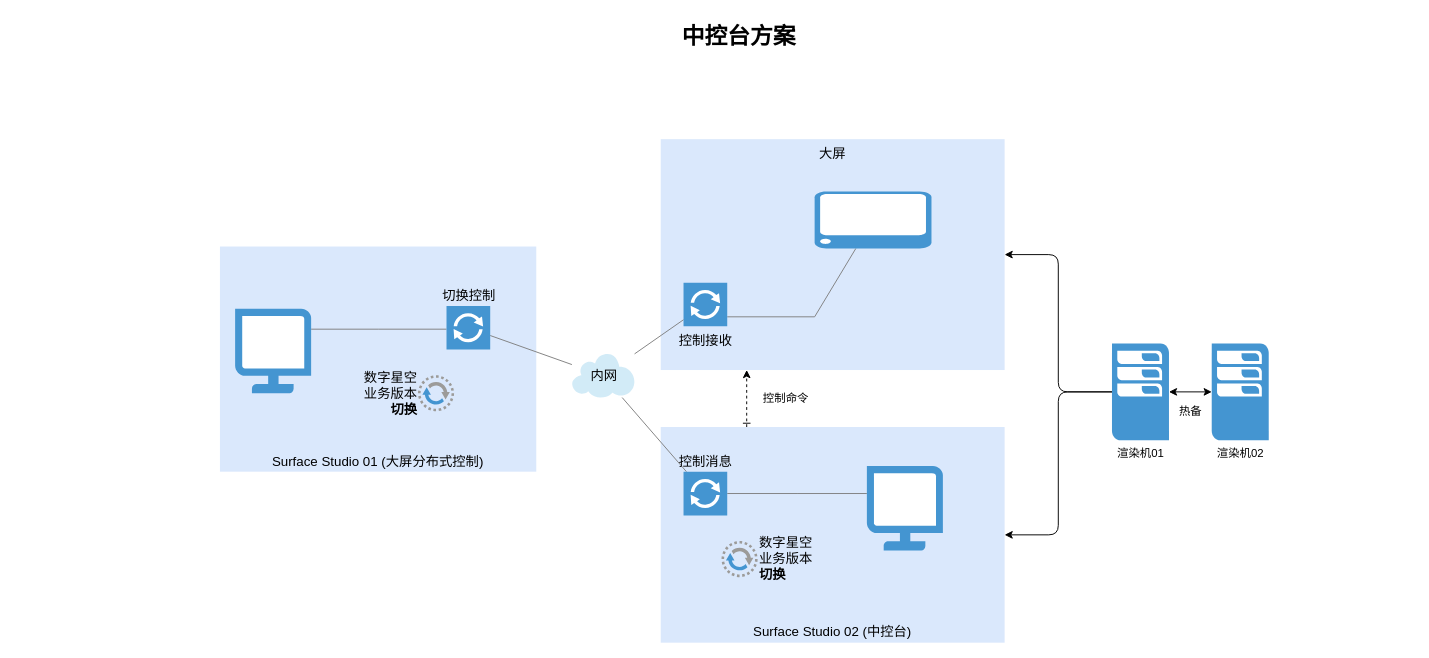
Above: Untitled Diagram.drawio in DeanTuYu/DrawIo (draw.io), before the change. Source tidied: cells renumbered, new cells numbered last; positions are measured from the earlier drawing's top-left corner, leaving out a move shared by most shapes. Both pictures are drawn from the tidied source at 95%, with x=0, y=0 at pixel (64, 17).
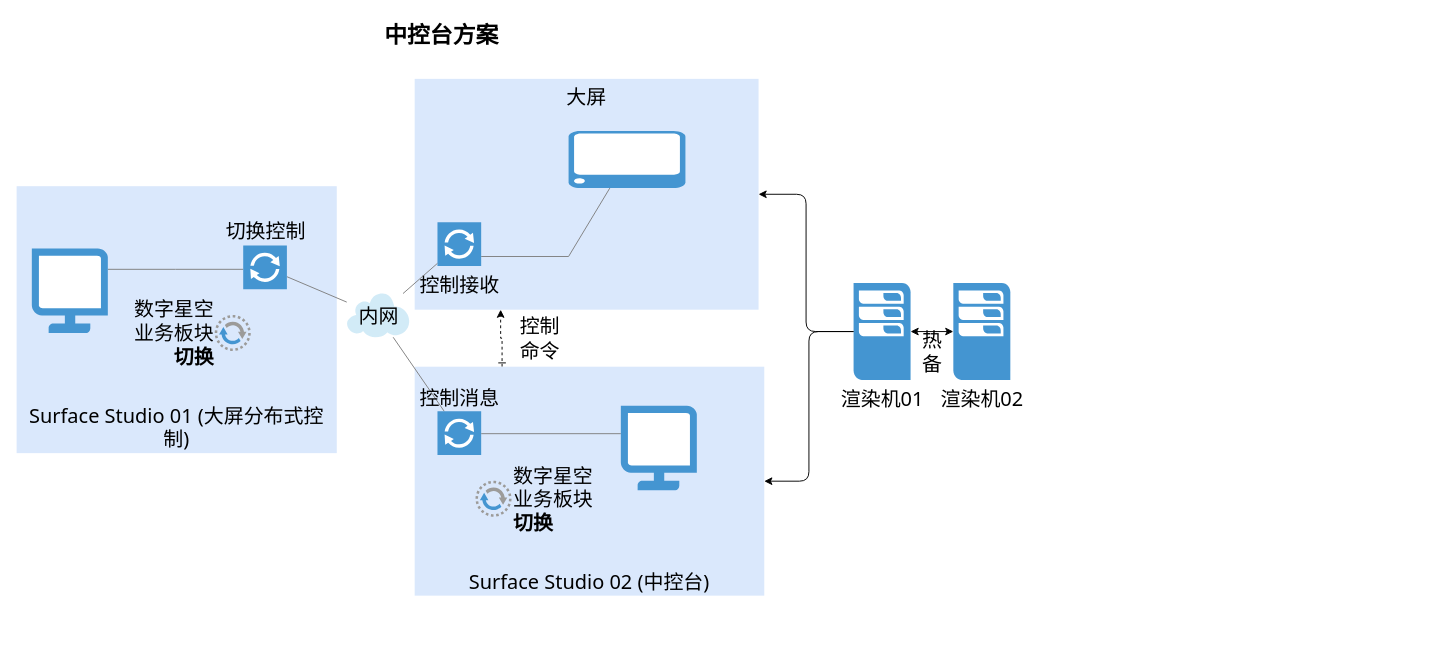
After the change.

Diff of the diagram source:
```diff
@@
-    <mxCell id="2" style="edgeStyle=orthogonalEdgeStyle;rounded=0;jettySize=auto;html=1;exitX=0.25;exitY=0;exitDx=0;exitDy=0;entryX=0.25;entryY=1;entryDx=0;entryDy=0;startArrow=ERone;startFill=0;dashed=1;" parent="1" edge="1" source="3" target="5">
+    <mxCell id="2" style="edgeStyle=orthogonalEdgeStyle;rounded=0;jettySize=auto;html=1;exitX=0.25;exitY=0;exitDx=0;exitDy=0;entryX=0.25;entryY=1;entryDx=0;entryDy=0;startArrow=ERone;startFill=0;dashed=1;fontFamily=Tahoma;fontSize=21;" parent="1" edge="1" source="3" target="5">
       <mxGeometry relative="1" as="geometry" />
     </mxCell>
-    <mxCell id="3" value="Surface Studio 02 (中控台)" style="whiteSpace=wrap;html=1;fillColor=#dae8fc;fontSize=14;strokeColor=none;verticalAlign=bottom;" parent="1" vertex="1">
-      <mxGeometry x="628" y="431" width="362" height="227" as="geometry" />
+    <mxCell id="3" value="Surface Studio 02 (中控台)" style="whiteSpace=wrap;html=1;fillColor=#dae8fc;fontSize=21;strokeColor=none;verticalAlign=bottom;fontFamily=Tahoma;" parent="1" vertex="1">
+      <mxGeometry x="369" y="367.5" width="368" height="241" as="geometry" />
     </mxCell>
-    <mxCell id="4" value="Surface Studio 01 (大屏分布式控制)" style="whiteSpace=wrap;html=1;fillColor=#dae8fc;fontSize=14;strokeColor=none;verticalAlign=bottom;" parent="1" vertex="1">
-      <mxGeometry x="164" y="241" width="333" height="237" as="geometry" />
+    <mxCell id="4" value="Surface Studio 01 (大屏分布式控制)" style="whiteSpace=wrap;html=1;fillColor=#dae8fc;fontSize=21;strokeColor=none;verticalAlign=bottom;fontFamily=Tahoma;" parent="1" vertex="1">
+      <mxGeometry x="-50" y="177.5" width="337" height="281" as="geometry" />
     </mxCell>
-    <mxCell id="5" value="大屏" style="whiteSpace=wrap;html=1;fillColor=#dae8fc;fontSize=14;strokeColor=none;verticalAlign=top;" parent="1" vertex="1">
-      <mxGeometry x="628" y="128" width="362" height="243" as="geometry" />
+    <mxCell id="5" value="大屏" style="whiteSpace=wrap;html=1;fillColor=#dae8fc;fontSize=21;strokeColor=none;verticalAlign=top;fontFamily=Tahoma;" parent="1" vertex="1">
+      <mxGeometry x="369" y="64.5" width="362" height="243" as="geometry" />
     </mxCell>
-    <mxCell id="6" style="edgeStyle=elbowEdgeStyle;rounded=0;html=1;startSize=10;endSize=10;jettySize=auto;fontSize=14;endArrow=none;endFill=0;strokeColor=#808080;elbow=vertical;" parent="1" edge="1" source="7" target="24">
+    <mxCell id="6" style="edgeStyle=elbowEdgeStyle;rounded=0;html=1;startSize=10;endSize=10;jettySize=auto;fontSize=21;endArrow=none;endFill=0;strokeColor=#808080;elbow=vertical;fontFamily=Tahoma;" parent="1" edge="1" source="7" target="24">
       <mxGeometry relative="1" as="geometry">
         <Array as="points">
-          <mxPoint x="790" y="315" />
+          <mxPoint x="531" y="251.5" />
         </Array>
       </mxGeometry>
     </mxCell>
-    <mxCell id="7" value="控制接收&lt;br&gt;" style="shadow=0;dashed=0;html=1;strokeColor=none;fillColor=#4495D1;labelPosition=center;verticalLabelPosition=bottom;verticalAlign=top;shape=mxgraph.veeam.2d.proxy;fontSize=14;" parent="1" vertex="1">
-      <mxGeometry x="652" y="279" width="46" height="46" as="geometry" />
+    <mxCell id="7" value="控制接收&lt;br style=&quot;font-size: 21px;&quot;&gt;" style="shadow=0;dashed=0;html=1;strokeColor=none;fillColor=#4495D1;labelPosition=center;verticalLabelPosition=bottom;verticalAlign=top;shape=mxgraph.veeam.2d.proxy;fontSize=21;fontFamily=Tahoma;" parent="1" vertex="1">
+      <mxGeometry x="393" y="215.5" width="46" height="46" as="geometry" />
     </mxCell>
-    <mxCell id="8" style="rounded=0;html=1;startSize=10;endSize=10;jettySize=auto;fontSize=14;endArrow=none;endFill=0;strokeColor=#808080;" parent="1" edge="1" source="9" target="7">
+    <mxCell id="8" style="rounded=0;html=1;startSize=10;endSize=10;jettySize=auto;fontSize=21;endArrow=none;endFill=0;strokeColor=#808080;fontFamily=Tahoma;" parent="1" edge="1" source="9" target="7">
       <mxGeometry relative="1" as="geometry" />
     </mxCell>
-    <mxCell id="9" value="内网" style="shadow=0;dashed=0;html=1;strokeColor=none;fillColor=#4495D1;labelPosition=center;verticalLabelPosition=middle;verticalAlign=middle;shape=mxgraph.veeam.2d.cloud;fontSize=14;align=center;" parent="1" vertex="1">
-      <mxGeometry x="534.5" y="354" width="66" height="46" as="geometry" />
+    <mxCell id="9" value="内网" style="shadow=0;dashed=0;html=1;strokeColor=none;fillColor=#4495D1;labelPosition=center;verticalLabelPosition=middle;verticalAlign=middle;shape=mxgraph.veeam.2d.cloud;fontSize=21;align=center;fontFamily=Tahoma;" parent="1" vertex="1">
+      <mxGeometry x="297.5" y="290.5" width="66" height="46" as="geometry" />
     </mxCell>
-    <mxCell id="10" style="edgeStyle=elbowEdgeStyle;rounded=0;html=1;startSize=10;endSize=10;jettySize=auto;fontSize=14;endArrow=none;endFill=0;strokeColor=#808080;elbow=vertical;" parent="1" edge="1" source="19" target="12">
+    <mxCell id="10" style="edgeStyle=elbowEdgeStyle;rounded=0;html=1;startSize=10;endSize=10;jettySize=auto;fontSize=21;endArrow=none;endFill=0;strokeColor=#808080;elbow=vertical;fontFamily=Tahoma;" parent="1" edge="1" source="19" target="12">
       <mxGeometry relative="1" as="geometry" />
     </mxCell>
-    <mxCell id="11" style="rounded=0;html=1;startSize=10;endSize=10;jettySize=auto;fontSize=14;endArrow=none;endFill=0;strokeColor=#808080;" parent="1" edge="1" source="12" target="9">
+    <mxCell id="11" style="rounded=0;html=1;startSize=10;endSize=10;jettySize=auto;fontSize=21;endArrow=none;endFill=0;strokeColor=#808080;fontFamily=Tahoma;" parent="1" edge="1" source="12" target="9">
       <mxGeometry relative="1" as="geometry" />
     </mxCell>
-    <mxCell id="12" value="切换控制&lt;br&gt;" style="shadow=0;dashed=0;html=1;strokeColor=none;fillColor=#4495D1;labelPosition=center;verticalLabelPosition=top;verticalAlign=bottom;shape=mxgraph.veeam.2d.proxy;fontSize=14;align=center;" parent="1" vertex="1">
-      <mxGeometry x="402.5" y="303.5" width="46" height="46" as="geometry" />
+    <mxCell id="12" value="切换控制&lt;br style=&quot;font-size: 21px;&quot;&gt;" style="shadow=0;dashed=0;html=1;strokeColor=none;fillColor=#4495D1;labelPosition=center;verticalLabelPosition=top;verticalAlign=bottom;shape=mxgraph.veeam.2d.proxy;fontSize=21;align=center;fontFamily=Tahoma;" parent="1" vertex="1">
+      <mxGeometry x="188.5" y="240" width="46" height="46" as="geometry" />
     </mxCell>
-    <mxCell id="13" style="rounded=0;html=1;startSize=10;endSize=10;jettySize=auto;fontSize=14;endArrow=none;endFill=0;strokeColor=#808080;" parent="1" edge="1" source="15" target="9">
+    <mxCell id="13" style="rounded=0;html=1;startSize=10;endSize=10;jettySize=auto;fontSize=21;endArrow=none;endFill=0;strokeColor=#808080;fontFamily=Tahoma;" parent="1" edge="1" source="15" target="9">
       <mxGeometry relative="1" as="geometry" />
     </mxCell>
-    <mxCell id="14" style="edgeStyle=elbowEdgeStyle;rounded=0;html=1;startSize=10;endSize=10;jettySize=auto;fontSize=14;endArrow=none;endFill=0;strokeColor=#808080;elbow=vertical;" parent="1" edge="1" source="15" target="20">
+    <mxCell id="14" style="edgeStyle=elbowEdgeStyle;rounded=0;html=1;startSize=10;endSize=10;jettySize=auto;fontSize=21;endArrow=none;endFill=0;strokeColor=#808080;elbow=vertical;fontFamily=Tahoma;" parent="1" edge="1" source="15" target="20">
       <mxGeometry relative="1" as="geometry" />
     </mxCell>
-    <mxCell id="15" value="控制消息" style="shadow=0;dashed=0;html=1;strokeColor=none;fillColor=#4495D1;labelPosition=center;verticalLabelPosition=top;verticalAlign=bottom;shape=mxgraph.veeam.2d.proxy;fontSize=14;align=center;" parent="1" vertex="1">
-      <mxGeometry x="652" y="478" width="46" height="46" as="geometry" />
+    <mxCell id="15" value="控制消息" style="shadow=0;dashed=0;html=1;strokeColor=none;fillColor=#4495D1;labelPosition=center;verticalLabelPosition=top;verticalAlign=bottom;shape=mxgraph.veeam.2d.proxy;fontSize=21;align=center;fontFamily=Tahoma;" parent="1" vertex="1">
+      <mxGeometry x="393" y="414.5" width="46" height="46" as="geometry" />
     </mxCell>
-    <mxCell id="16" value="数字星空&lt;br&gt;业务版本&lt;br&gt;&lt;b&gt;切换&lt;/b&gt;&lt;br&gt;" style="shadow=0;dashed=0;html=1;strokeColor=none;fillColor=#4495D1;labelPosition=left;verticalLabelPosition=middle;verticalAlign=middle;shape=mxgraph.veeam.2d.data_mover;fontSize=14;align=right;" parent="1" vertex="1">
-      <mxGeometry x="372.5" y="376.5" width="38" height="38" as="geometry" />
+    <mxCell id="16" value="数字星空&lt;br style=&quot;font-size: 21px&quot;&gt;业务板块&lt;br style=&quot;font-size: 21px&quot;&gt;&lt;b style=&quot;font-size: 21px&quot;&gt;切换&lt;/b&gt;&lt;br style=&quot;font-size: 21px&quot;&gt;" style="shadow=0;dashed=0;html=1;strokeColor=none;fillColor=#4495D1;labelPosition=left;verticalLabelPosition=middle;verticalAlign=middle;shape=mxgraph.veeam.2d.data_mover;fontSize=21;align=right;fontFamily=Tahoma;" parent="1" vertex="1">
+      <mxGeometry x="158.5" y="313" width="38" height="38" as="geometry" />
     </mxCell>
-    <mxCell id="17" value="数字星空&lt;br&gt;业务版本&lt;br&gt;&lt;b&gt;切换&lt;/b&gt;&lt;br&gt;" style="shadow=0;dashed=0;html=1;strokeColor=none;fillColor=#4495D1;labelPosition=right;verticalLabelPosition=middle;verticalAlign=middle;shape=mxgraph.veeam.2d.data_mover;fontSize=14;align=left;" parent="1" vertex="1">
-      <mxGeometry x="692" y="551" width="38" height="38" as="geometry" />
+    <mxCell id="17" value="数字星空&lt;br style=&quot;font-size: 21px&quot;&gt;业务板块&lt;br style=&quot;font-size: 21px&quot;&gt;&lt;b style=&quot;font-size: 21px&quot;&gt;切换&lt;/b&gt;&lt;br style=&quot;font-size: 21px&quot;&gt;" style="shadow=0;dashed=0;html=1;strokeColor=none;fillColor=#4495D1;labelPosition=right;verticalLabelPosition=middle;verticalAlign=middle;shape=mxgraph.veeam.2d.data_mover;fontSize=21;align=left;fontFamily=Tahoma;" parent="1" vertex="1">
+      <mxGeometry x="433" y="487.5" width="38" height="38" as="geometry" />
     </mxCell>
     <mxCell id="18" value="中控台方案" style="text;strokeColor=none;fillColor=none;html=1;fontSize=24;fontStyle=1;verticalAlign=middle;align=center;" parent="1" vertex="1">
-      <mxGeometry width="1420" height="40" as="geometry" />
+      <mxGeometry x="27" y="-1" width="740" height="40" as="geometry" />
     </mxCell>
-    <mxCell id="19" style="shadow=0;dashed=0;html=1;strokeColor=none;fillColor=#4495D1;labelPosition=center;verticalLabelPosition=bottom;verticalAlign=top;align=center;outlineConnect=0;shape=mxgraph.veeam.monitor;" parent="1" vertex="1">
-      <mxGeometry x="180" y="306.5" width="80" height="89" as="geometry" />
+    <mxCell id="19" style="shadow=0;dashed=0;html=1;strokeColor=none;fillColor=#4495D1;labelPosition=center;verticalLabelPosition=bottom;verticalAlign=top;align=center;outlineConnect=0;shape=mxgraph.veeam.monitor;fontFamily=Tahoma;fontSize=21;" parent="1" vertex="1">
+      <mxGeometry x="-34" y="243" width="80" height="89" as="geometry" />
     </mxCell>
-    <mxCell id="20" style="shadow=0;dashed=0;html=1;strokeColor=none;fillColor=#4495D1;labelPosition=center;verticalLabelPosition=bottom;verticalAlign=top;align=center;outlineConnect=0;shape=mxgraph.veeam.monitor;" parent="1" vertex="1">
-      <mxGeometry x="845" y="472" width="80" height="89" as="geometry" />
+    <mxCell id="20" style="shadow=0;dashed=0;html=1;strokeColor=none;fillColor=#4495D1;labelPosition=center;verticalLabelPosition=bottom;verticalAlign=top;align=center;outlineConnect=0;shape=mxgraph.veeam.monitor;fontFamily=Tahoma;fontSize=21;" parent="1" vertex="1">
+      <mxGeometry x="586" y="408.5" width="80" height="89" as="geometry" />
     </mxCell>
-    <mxCell id="21" style="edgeStyle=orthogonalEdgeStyle;jettySize=auto;html=1;rounded=0;startArrow=classic;startFill=1;" parent="1" edge="1" source="23" target="25">
+    <mxCell id="21" style="edgeStyle=orthogonalEdgeStyle;jettySize=auto;html=1;rounded=0;startArrow=classic;startFill=1;fontFamily=Tahoma;fontSize=21;" parent="1" edge="1" source="23" target="25">
       <mxGeometry relative="1" as="geometry" />
     </mxCell>
-    <mxCell id="22" style="edgeStyle=orthogonalEdgeStyle;rounded=1;jettySize=auto;html=1;entryX=1;entryY=0.5;entryDx=0;entryDy=0;" parent="1" edge="1" source="23" target="5">
+    <mxCell id="22" style="edgeStyle=orthogonalEdgeStyle;rounded=1;jettySize=auto;html=1;entryX=1;entryY=0.5;entryDx=0;entryDy=0;fontFamily=Tahoma;fontSize=21;" parent="1" edge="1" source="23" target="5">
       <mxGeometry relative="1" as="geometry" />
     </mxCell>
-    <mxCell id="23" value="渲染机01" style="shadow=0;dashed=0;html=1;strokeColor=none;fillColor=#4495D1;labelPosition=center;verticalLabelPosition=bottom;verticalAlign=top;align=center;outlineConnect=0;shape=mxgraph.veeam.2d.esx_esxi;" parent="1" vertex="1">
-      <mxGeometry x="1103" y="343" width="60" height="102" as="geometry" />
+    <mxCell id="23" value="渲染机01" style="shadow=0;dashed=0;html=1;strokeColor=none;fillColor=#4495D1;labelPosition=center;verticalLabelPosition=bottom;verticalAlign=top;align=center;outlineConnect=0;shape=mxgraph.veeam.2d.esx_esxi;fontFamily=Tahoma;fontSize=21;" parent="1" vertex="1">
+      <mxGeometry x="831" y="279.5" width="60" height="102" as="geometry" />
     </mxCell>
-    <mxCell id="24" style="shadow=0;dashed=0;html=1;strokeColor=none;fillColor=#4495D1;labelPosition=center;verticalLabelPosition=bottom;verticalAlign=top;align=center;outlineConnect=0;shape=mxgraph.veeam.interface;rotation=-180;" parent="1" vertex="1">
-      <mxGeometry x="790" y="183" width="123" height="60" as="geometry" />
+    <mxCell id="24" style="shadow=0;dashed=0;html=1;strokeColor=none;fillColor=#4495D1;labelPosition=center;verticalLabelPosition=bottom;verticalAlign=top;align=center;outlineConnect=0;shape=mxgraph.veeam.interface;rotation=-180;fontFamily=Tahoma;fontSize=21;" parent="1" vertex="1">
+      <mxGeometry x="531" y="119.5" width="123" height="60" as="geometry" />
     </mxCell>
-    <mxCell id="25" value="渲染机02" style="shadow=0;dashed=0;html=1;strokeColor=none;fillColor=#4495D1;labelPosition=center;verticalLabelPosition=bottom;verticalAlign=top;align=center;outlineConnect=0;shape=mxgraph.veeam.2d.esx_esxi;" parent="1" vertex="1">
-      <mxGeometry x="1208" y="343" width="60" height="102" as="geometry" />
+    <mxCell id="25" value="渲染机02" style="shadow=0;dashed=0;html=1;strokeColor=none;fillColor=#4495D1;labelPosition=center;verticalLabelPosition=bottom;verticalAlign=top;align=center;outlineConnect=0;shape=mxgraph.veeam.2d.esx_esxi;fontFamily=Tahoma;fontSize=21;" parent="1" vertex="1">
+      <mxGeometry x="936" y="279.5" width="60" height="102" as="geometry" />
     </mxCell>
-    <mxCell id="26" value="热备" style="text;html=1;strokeColor=none;fillColor=none;align=center;verticalAlign=middle;whiteSpace=wrap;rounded=0;" parent="1" vertex="1">
-      <mxGeometry x="1166" y="405" width="40" height="20" as="geometry" />
+    <mxCell id="26" value="热备" style="text;html=1;strokeColor=none;fillColor=none;align=center;verticalAlign=middle;whiteSpace=wrap;rounded=0;fontFamily=Tahoma;fontSize=21;" parent="1" vertex="1">
+      <mxGeometry x="894" y="341.5" width="40" height="20" as="geometry" />
     </mxCell>
-    <mxCell id="27" style="edgeStyle=orthogonalEdgeStyle;rounded=1;jettySize=auto;html=1;entryX=1;entryY=0.5;entryDx=0;entryDy=0;" parent="1" edge="1" source="23" target="3">
+    <mxCell id="27" style="edgeStyle=orthogonalEdgeStyle;rounded=1;jettySize=auto;html=1;entryX=1;entryY=0.5;entryDx=0;entryDy=0;fontFamily=Tahoma;fontSize=21;" parent="1" edge="1" source="23" target="3">
       <mxGeometry relative="1" as="geometry" />
     </mxCell>
-    <mxCell id="28" value="控制命令" style="text;html=1;strokeColor=none;fillColor=none;align=center;verticalAlign=middle;whiteSpace=wrap;rounded=0;" parent="1" vertex="1">
-      <mxGeometry x="730" y="391" width="60" height="20" as="geometry" />
+    <mxCell id="28" value="控制命令" style="text;html=1;strokeColor=none;fillColor=none;align=center;verticalAlign=middle;whiteSpace=wrap;rounded=0;fontFamily=Tahoma;fontSize=21;" parent="1" vertex="1">
+      <mxGeometry x="471" y="327.5" width="60" height="20" as="geometry" />
     </mxCell>
```
